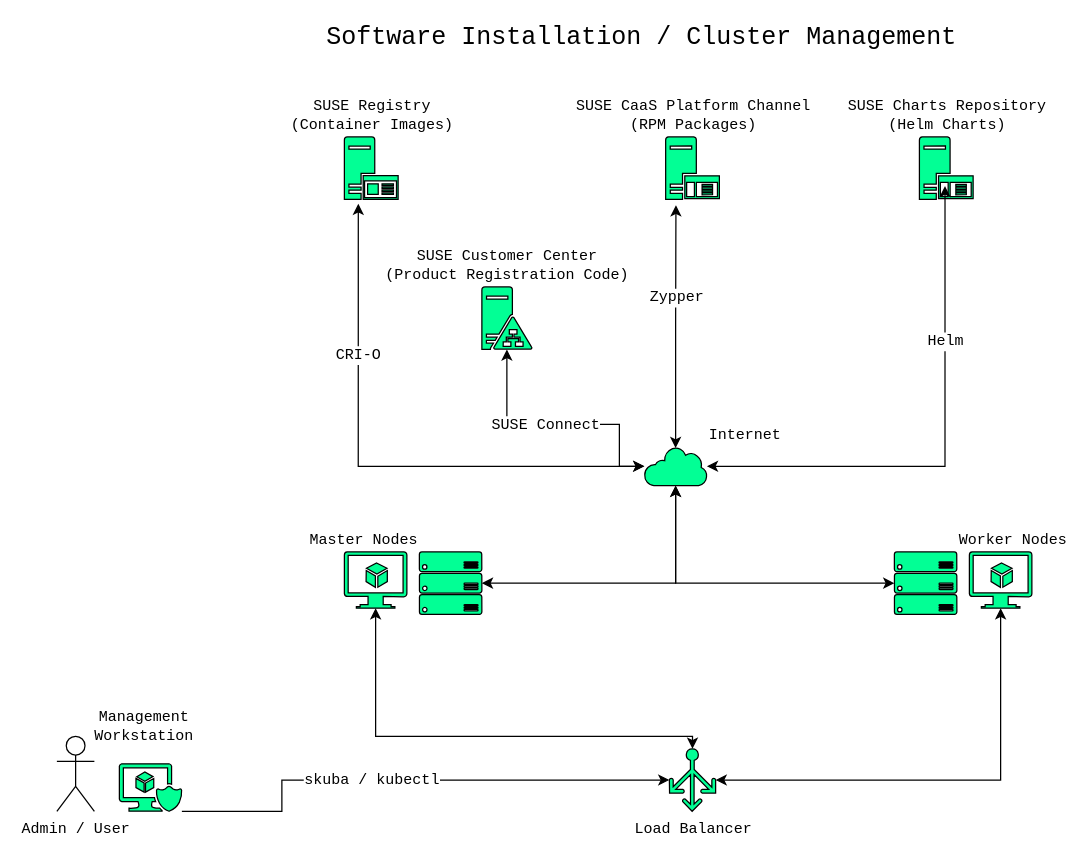
SUSE/doc-caasp keeps this draw.io diagram as adoc/images/src/caasp_cluster_software.drawio. Above is the earlier version. Source tidied: cells renumbered, new cells numbered last; positions are measured from the earlier drawing's top-left corner, leaving out a move shared by most shapes. Both pictures are drawn from the tidied source at 125%, with x=0, y=0 at pixel (56, 24).
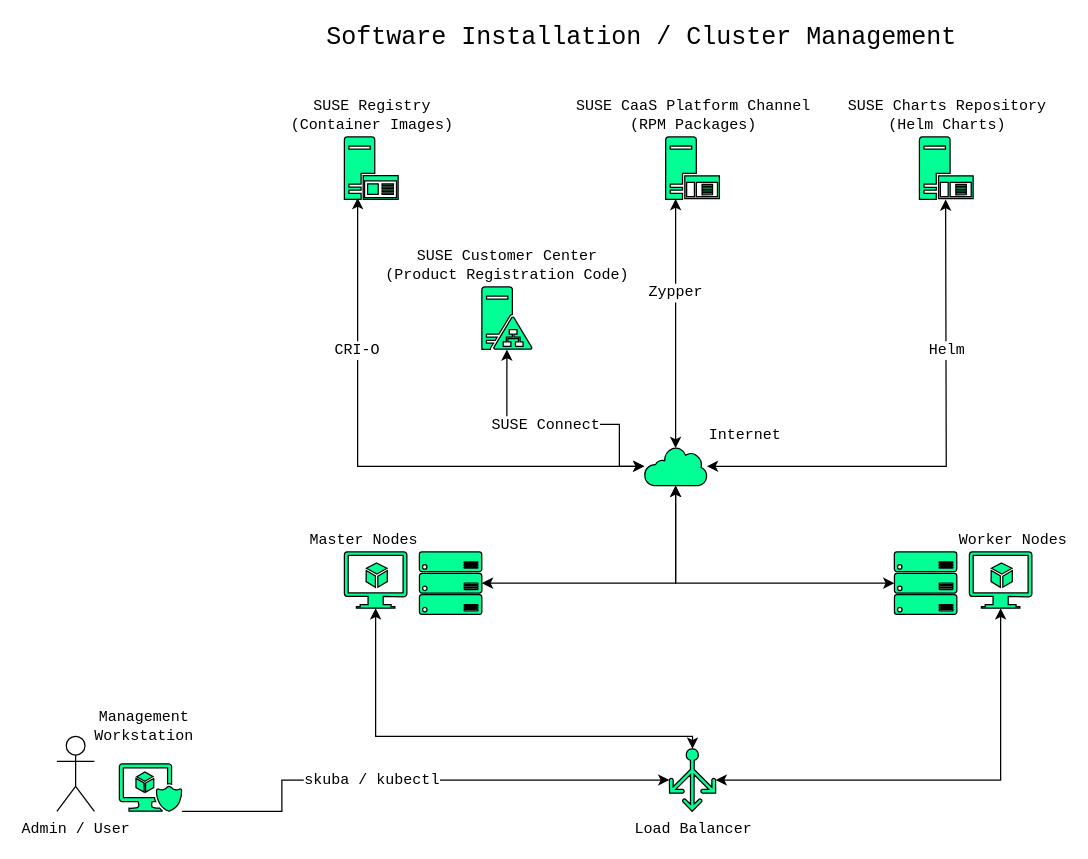
Above is the later version.

Commit message (it also covers changes not shown here):
Fix arrow attachment in software diagram

The change refers to these unchanged cells:
```xml
<mxCell id="2" value="SUSE Registry&lt;br&gt;&lt;div&gt;(Container Images)&lt;/div&gt;" style="shadow=0;dashed=0;html=1;strokeColor=#000000;labelPosition=center;verticalLabelPosition=top;verticalAlign=bottom;align=center;fillColor=#02ff95;shape=mxgraph.mscae.enterprise.application_server2;fontFamily=Courier New;" parent="1" vertex="1">
  <mxGeometry x="230" y="90" width="43" height="50" as="geometry" />
</mxCell>
<mxCell id="3" value="SUSE Charts Repository&lt;br&gt;(Helm Charts)" style="shadow=0;dashed=0;html=1;strokeColor=#000000;labelPosition=center;verticalLabelPosition=top;verticalAlign=bottom;align=center;fillColor=#02ff95;shape=mxgraph.mscae.enterprise.application_server;fontFamily=Courier New;" parent="1" vertex="1">
  <mxGeometry x="690" y="90" width="43" height="50" as="geometry" />
</mxCell>
<mxCell id="10" value="SUSE CaaS Platform Channel&lt;br&gt;(RPM Packages)" style="shadow=0;dashed=0;html=1;strokeColor=#000000;labelPosition=center;verticalLabelPosition=top;verticalAlign=bottom;align=center;fillColor=#02ff95;shape=mxgraph.mscae.enterprise.application_server;fontFamily=Courier New;" parent="1" vertex="1">
  <mxGeometry x="487" y="90" width="43" height="50" as="geometry" />
</mxCell>
<mxCell id="26" value="Internet" style="shadow=0;dashed=0;html=1;strokeColor=#000000;labelPosition=right;verticalLabelPosition=top;verticalAlign=bottom;align=left;fillColor=#02ff95;shape=mxgraph.mscae.enterprise.internet;fontFamily=Courier New;" parent="1" vertex="1">
  <mxGeometry x="470" y="338" width="50" height="31" as="geometry" />
</mxCell>
```

The edit, as a diff of the source:
```diff
@@
-    <mxCell id="20" style="edgeStyle=orthogonalEdgeStyle;rounded=0;comic=0;jettySize=auto;html=1;entryX=0.259;entryY=1.069;entryDx=0;entryDy=0;entryPerimeter=0;shadow=0;startArrow=classic;startFill=1;strokeColor=#000000;fontFamily=Courier New;" parent="1" edge="1" source="26" target="2">
+    <mxCell id="20" style="edgeStyle=orthogonalEdgeStyle;rounded=0;comic=0;jettySize=auto;html=1;entryX=0.247;entryY=0.976;entryDx=0;entryDy=0;entryPerimeter=0;shadow=0;startArrow=classic;startFill=1;strokeColor=#000000;fontFamily=Courier New;" parent="1" edge="1" source="26" target="2">
       <mxGeometry relative="1" as="geometry" />
     </mxCell>
@@
-    <mxCell id="22" style="edgeStyle=orthogonalEdgeStyle;rounded=0;comic=0;jettySize=auto;html=1;entryX=0.192;entryY=1.093;entryDx=0;entryDy=0;entryPerimeter=0;shadow=0;startArrow=classic;startFill=1;strokeColor=#000000;fontFamily=Courier New;exitX=0.5;exitY=0.03;exitDx=0;exitDy=0;exitPerimeter=0;" parent="1" edge="1" source="26" target="10">
+    <mxCell id="22" style="edgeStyle=orthogonalEdgeStyle;rounded=0;comic=0;jettySize=auto;html=1;entryX=0.186;entryY=0.992;entryDx=0;entryDy=0;entryPerimeter=0;shadow=0;startArrow=classic;startFill=1;strokeColor=#000000;fontFamily=Courier New;exitX=0.5;exitY=0.03;exitDx=0;exitDy=0;exitPerimeter=0;" parent="1" edge="1" source="26" target="10">
       <mxGeometry relative="1" as="geometry" />
     </mxCell>
@@
-    <mxCell id="24" style="edgeStyle=orthogonalEdgeStyle;rounded=0;comic=0;jettySize=auto;html=1;entryX=0.477;entryY=0.787;entryDx=0;entryDy=0;entryPerimeter=0;shadow=0;startArrow=classic;startFill=1;strokeColor=#000000;fontFamily=Courier New;" parent="1" edge="1" source="26" target="3">
-      <mxGeometry relative="1" as="geometry" />
+    <mxCell id="24" style="edgeStyle=orthogonalEdgeStyle;rounded=0;comic=0;jettySize=auto;html=1;shadow=0;startArrow=classic;startFill=1;strokeColor=#000000;fontFamily=Courier New;" parent="1" edge="1" source="26">
+      <mxGeometry relative="1" as="geometry">
+        <mxPoint x="711" y="140" as="targetPoint" />
+      </mxGeometry>
     </mxCell>
```
